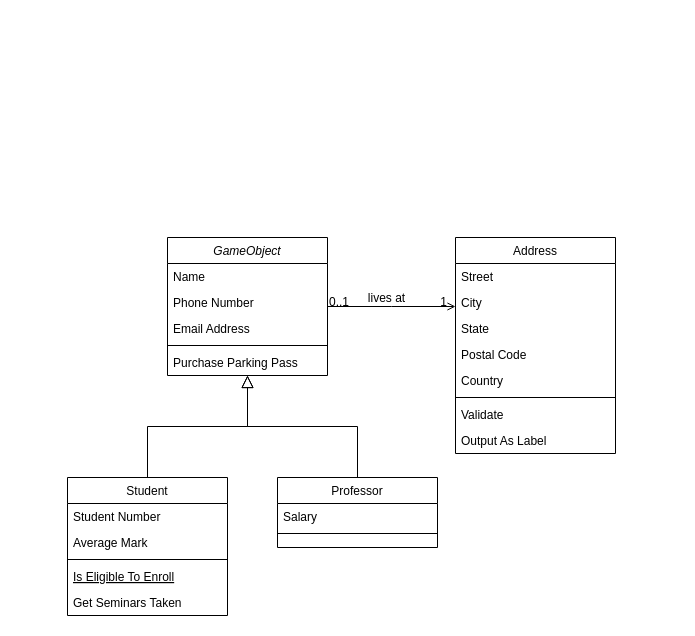
Earlier version of the draw.io diagram space.drawio (hayden-pzhou/drawioChart). Source tidied: cells renumbered, new cells numbered last; positions are measured from the earlier drawing's top-left corner, leaving out a move shared by most shapes. Both pictures are drawn from the tidied source at 100%, with x=0, y=0 at pixel (67, 237).
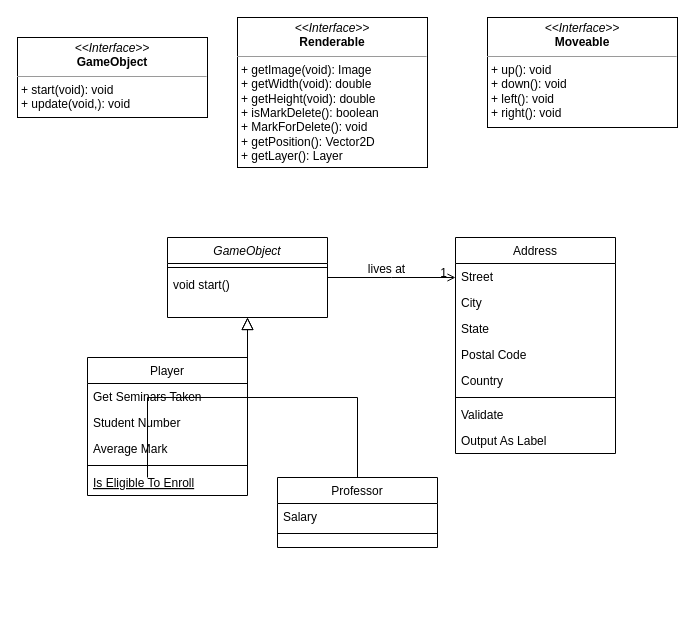
The same page after the edit.

The change refers to these unchanged cells:
```xml
<mxCell id="28" style="endArrow=open;shadow=0;strokeWidth=1;rounded=0;endFill=1;edgeStyle=elbowEdgeStyle;elbow=vertical;" parent="1" edge="1" source="2" target="19">
  <mxGeometry x="0.5" y="41" relative="1" as="geometry">
    <mxPoint x="-40" y="32" as="offset" />
  </mxGeometry>
</mxCell>
```

What changed in the source:
```diff
@@
     <mxCell id="2" value="GameObject" style="swimlane;fontStyle=2;align=center;verticalAlign=top;horizontal=1;startSize=26;rounded=0;shadow=0;strokeWidth=1;" parent="1" vertex="1">
-      <mxGeometry x="100" width="160" height="138" as="geometry" />
+      <mxGeometry x="100" width="160" height="80" as="geometry" />
     </mxCell>
-    <mxCell id="3" value="Name" style="text;align=left;verticalAlign=top;spacingLeft=4;spacingRight=4;overflow=hidden;" parent="2" vertex="1">
-      <mxGeometry y="26" width="160" height="26" as="geometry" />
-    </mxCell>
-    <mxCell id="4" value="Phone Number" style="text;align=left;verticalAlign=top;spacingLeft=4;spacingRight=4;overflow=hidden;rounded=0;shadow=0;html=0;" parent="2" vertex="1">
-      <mxGeometry y="52" width="160" height="26" as="geometry" />
-    </mxCell>
-    <mxCell id="5" value="Email Address" style="text;align=left;verticalAlign=top;spacingLeft=4;spacingRight=4;overflow=hidden;rounded=0;shadow=0;html=0;" parent="2" vertex="1">
-      <mxGeometry y="78" width="160" height="26" as="geometry" />
-    </mxCell>
     <mxCell id="6" style="line;html=1;strokeWidth=1;align=left;verticalAlign=middle;spacingTop=-1;spacingLeft=3;spacingRight=3;labelPosition=right;" parent="2" vertex="1">
-      <mxGeometry y="104" width="160" height="8" as="geometry" />
+      <mxGeometry y="26" width="160" height="8" as="geometry" />
     </mxCell>
-    <mxCell id="7" value="Purchase Parking Pass" style="text;align=left;verticalAlign=top;spacingLeft=4;spacingRight=4;overflow=hidden;" parent="2" vertex="1">
-      <mxGeometry y="112" width="160" height="26" as="geometry" />
+    <mxCell id="7" value="void start()" style="text;align=left;verticalAlign=top;spacingLeft=4;spacingRight=4;overflow=hidden;" parent="2" vertex="1">
+      <mxGeometry y="34" width="160" height="26" as="geometry" />
     </mxCell>
-    <mxCell id="8" value="Student" style="swimlane;fontStyle=0;align=center;verticalAlign=top;horizontal=1;startSize=26;rounded=0;shadow=0;strokeWidth=1;" parent="1" vertex="1">
-      <mxGeometry y="240" width="160" height="138" as="geometry" />
+    <mxCell id="8" value="Player" style="swimlane;fontStyle=0;align=center;verticalAlign=top;horizontal=1;startSize=26;rounded=0;shadow=0;strokeWidth=1;" parent="1" vertex="1">
+      <mxGeometry x="20" y="120" width="160" height="138" as="geometry" />
     </mxCell>
+    <mxCell id="13" value="Get Seminars Taken" style="text;align=left;verticalAlign=top;spacingLeft=4;spacingRight=4;overflow=hidden;" parent="8" vertex="1">
+      <mxGeometry y="26" width="160" height="26" as="geometry" />
+    </mxCell>
     <mxCell id="9" value="Student Number" style="text;align=left;verticalAlign=top;spacingLeft=4;spacingRight=4;overflow=hidden;" parent="8" vertex="1">
-      <mxGeometry y="26" width="160" height="26" as="geometry" />
+      <mxGeometry y="52" width="160" height="26" as="geometry" />
     </mxCell>
     <mxCell id="10" value="Average Mark" style="text;align=left;verticalAlign=top;spacingLeft=4;spacingRight=4;overflow=hidden;rounded=0;shadow=0;html=0;" parent="8" vertex="1">
-      <mxGeometry y="52" width="160" height="26" as="geometry" />
+      <mxGeometry y="78" width="160" height="26" as="geometry" />
     </mxCell>
     <mxCell id="11" style="line;html=1;strokeWidth=1;align=left;verticalAlign=middle;spacingTop=-1;spacingLeft=3;spacingRight=3;labelPosition=right;" parent="8" vertex="1">
-      <mxGeometry y="78" width="160" height="8" as="geometry" />
+      <mxGeometry y="104" width="160" height="8" as="geometry" />
     </mxCell>
     <mxCell id="12" value="Is Eligible To Enroll" style="text;align=left;verticalAlign=top;spacingLeft=4;spacingRight=4;overflow=hidden;fontStyle=4;" parent="8" vertex="1">
-      <mxGeometry y="86" width="160" height="26" as="geometry" />
+      <mxGeometry y="112" width="160" height="26" as="geometry" />
     </mxCell>
-    <mxCell id="13" value="Get Seminars Taken" style="text;align=left;verticalAlign=top;spacingLeft=4;spacingRight=4;overflow=hidden;" parent="8" vertex="1">
-      <mxGeometry y="112" width="160" height="26" as="geometry" />
-    </mxCell>
-    <mxCell id="14" style="endArrow=block;endSize=10;endFill=0;shadow=0;strokeWidth=1;rounded=0;edgeStyle=elbowEdgeStyle;elbow=vertical;" parent="1" edge="1" source="8" target="2">
-      <mxGeometry relative="1" as="geometry" />
+    <mxCell id="14" style="endArrow=block;endSize=10;endFill=0;shadow=0;strokeWidth=1;rounded=0;edgeStyle=elbowEdgeStyle;elbow=vertical;" parent="1" edge="1" target="2">
+      <mxGeometry relative="1" as="geometry">
+        <mxPoint x="80" y="240" as="sourcePoint" />
+      </mxGeometry>
     </mxCell>
@@
-    <mxCell id="29" value="0..1" style="align=left;verticalAlign=bottom;labelBackgroundColor=none;fontSize=12;" parent="28" vertex="1">
-      <mxGeometry x="-1" relative="1" as="geometry">
-        <mxPoint y="4" as="offset" />
-      </mxGeometry>
-    </mxCell>
@@
+    <mxCell id="32" value="&lt;p style=&quot;margin:0px;margin-top:4px;text-align:center;&quot;&gt;&lt;i&gt;&amp;lt;&amp;lt;Interface&amp;gt;&amp;gt;&lt;/i&gt;&lt;br&gt;&lt;b&gt;GameObject&lt;/b&gt;&lt;/p&gt;&lt;hr size=&quot;1&quot;&gt;&lt;p style=&quot;margin:0px;margin-left:4px;&quot;&gt;&lt;/p&gt;&lt;p style=&quot;margin:0px;margin-left:4px;&quot;&gt;+ start(void): void&lt;br&gt;+ update(void,): void&lt;/p&gt;" style="verticalAlign=top;align=left;overflow=fill;fontSize=12;fontFamily=Helvetica;html=1;whiteSpace=wrap;" parent="1" vertex="1">
+      <mxGeometry x="-50" y="-200" width="190" height="80" as="geometry" />
+    </mxCell>
+    <mxCell id="33" value="&lt;p style=&quot;margin:0px;margin-top:4px;text-align:center;&quot;&gt;&lt;i&gt;&amp;lt;&amp;lt;Interface&amp;gt;&amp;gt;&lt;/i&gt;&lt;br&gt;&lt;b&gt;Renderable&lt;/b&gt;&lt;/p&gt;&lt;hr size=&quot;1&quot;&gt;&lt;p style=&quot;margin:0px;margin-left:4px;&quot;&gt;&lt;/p&gt;&lt;p style=&quot;margin:0px;margin-left:4px;&quot;&gt;+ getImage(void): Image&lt;br&gt;+ getWidth(void): double&lt;/p&gt;&lt;p style=&quot;margin:0px;margin-left:4px;&quot;&gt;+ getHeight(void): double&lt;/p&gt;&lt;p style=&quot;margin:0px;margin-left:4px;&quot;&gt;+ isMarkDelete(): boolean&lt;/p&gt;&lt;p style=&quot;margin:0px;margin-left:4px;&quot;&gt;+ MarkForDelete(): void&lt;/p&gt;&lt;p style=&quot;margin:0px;margin-left:4px;&quot;&gt;+ getPosition(): Vector2D&lt;/p&gt;&lt;p style=&quot;margin:0px;margin-left:4px;&quot;&gt;+ getLayer(): Layer&lt;/p&gt;" style="verticalAlign=top;align=left;overflow=fill;fontSize=12;fontFamily=Helvetica;html=1;whiteSpace=wrap;" parent="1" vertex="1">
+      <mxGeometry x="170" y="-220" width="190" height="150" as="geometry" />
+    </mxCell>
+    <mxCell id="34" value="&lt;p style=&quot;margin:0px;margin-top:4px;text-align:center;&quot;&gt;&lt;i&gt;&amp;lt;&amp;lt;Interface&amp;gt;&amp;gt;&lt;/i&gt;&lt;br&gt;&lt;b&gt;Moveable&lt;/b&gt;&lt;/p&gt;&lt;hr size=&quot;1&quot;&gt;&lt;p style=&quot;margin:0px;margin-left:4px;&quot;&gt;+ up(): void&lt;br&gt;+ down(): void&lt;/p&gt;&lt;p style=&quot;margin:0px;margin-left:4px;&quot;&gt;+ left(): void&lt;/p&gt;&lt;p style=&quot;margin:0px;margin-left:4px;&quot;&gt;+ right(): void&lt;/p&gt;" style="verticalAlign=top;align=left;overflow=fill;fontSize=12;fontFamily=Helvetica;html=1;whiteSpace=wrap;" parent="1" vertex="1">
+      <mxGeometry x="420" y="-220" width="190" height="110" as="geometry" />
+    </mxCell>
```
